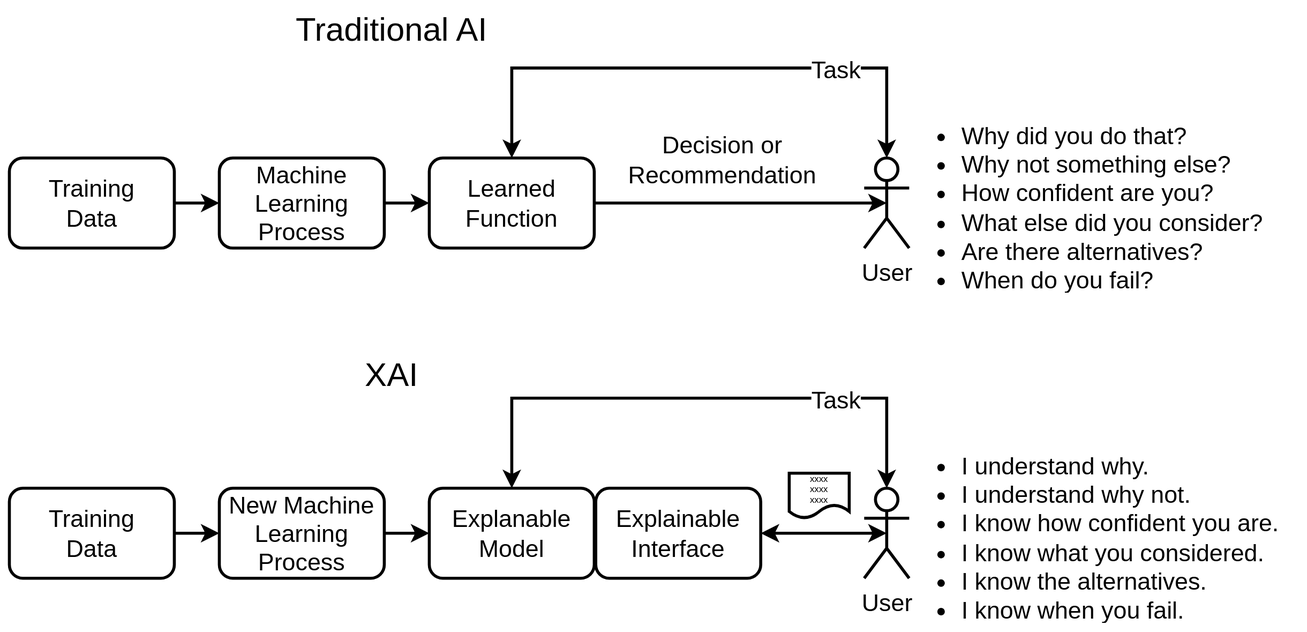
Earlier version of the draw.io export images/traditional_ml_xai_future.svg (paulwhitten/2025-03-27). Source tidied: cells renumbered, new cells last; positions are measured from the earlier drawing's top-left corner, leaving out a move shared by most shapes.
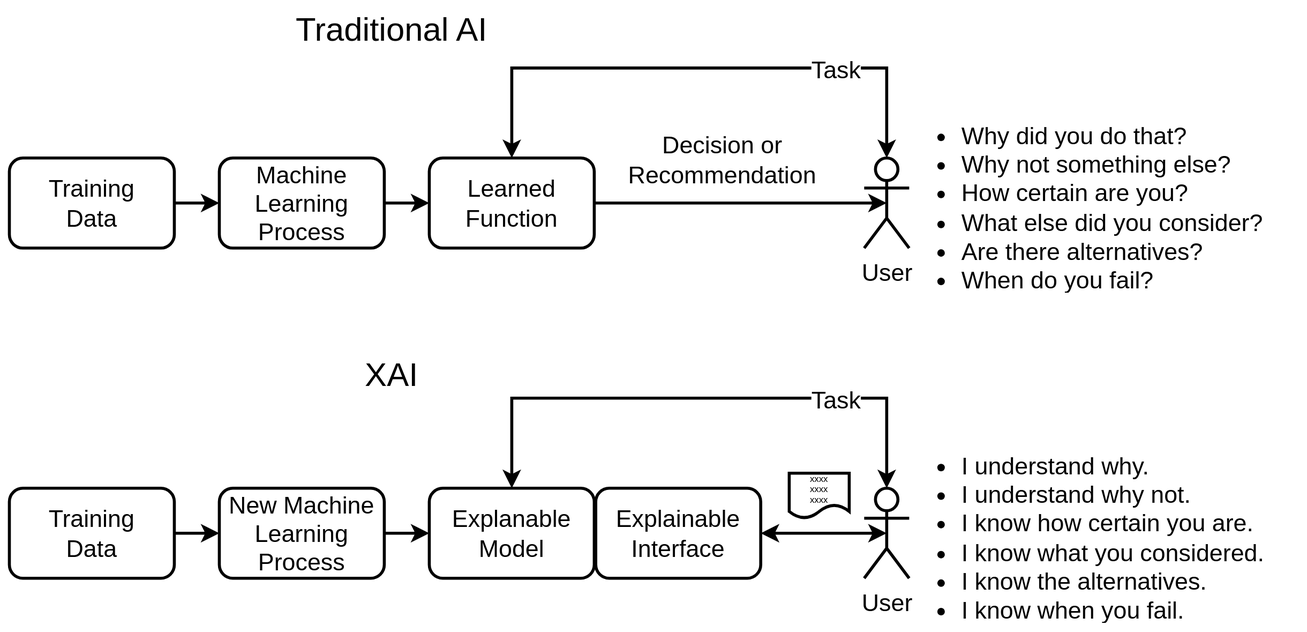
The same diagram one commit later.

Change to the diagram source:
```diff
@@ -41,7 +41,7 @@
         <mxPoint x="13" y="-32" as="offset" />
       </mxGeometry>
     </mxCell>
-    <mxCell id="12" value="&lt;ul&gt;&lt;li&gt;Why did you do that?&lt;/li&gt;&lt;li&gt;Why not something else?&lt;/li&gt;&lt;li&gt;How confident are you?&lt;/li&gt;&lt;li&gt;What else did you consider?&lt;/li&gt;&lt;li&gt;Are there alternatives?&lt;/li&gt;&lt;li&gt;When do you fail?&lt;/li&gt;&lt;/ul&gt;" style="text;html=1;strokeColor=none;fillColor=none;spacing=5;spacingTop=-20;whiteSpace=wrap;overflow=hidden;rounded=0;fontSize=16;" parent="1" vertex="1">
+    <mxCell id="12" value="&lt;ul&gt;&lt;li&gt;Why did you do that?&lt;/li&gt;&lt;li&gt;Why not something else?&lt;/li&gt;&lt;li&gt;How certain are you?&lt;/li&gt;&lt;li&gt;What else did you consider?&lt;/li&gt;&lt;li&gt;Are there alternatives?&lt;/li&gt;&lt;li&gt;When do you fail?&lt;/li&gt;&lt;/ul&gt;" style="text;html=1;strokeColor=none;fillColor=none;spacing=5;spacingTop=-20;whiteSpace=wrap;overflow=hidden;rounded=0;fontSize=16;" parent="1" vertex="1">
       <mxGeometry x="590" y="70" width="260" height="120" as="geometry" />
     </mxCell>
     <mxCell id="13" value="Explanable&lt;br&gt;Model" style="rounded=1;whiteSpace=wrap;html=1;fontSize=16;strokeWidth=2;" parent="1" vertex="1">
@@ -75,7 +75,7 @@
         <mxPoint x="49" y="-2" as="offset" />
       </mxGeometry>
     </mxCell>
-    <mxCell id="21" value="&lt;ul&gt;&lt;li&gt;I understand why.&lt;/li&gt;&lt;li&gt;I understand why not.&lt;/li&gt;&lt;li&gt;I know how confident you are.&lt;/li&gt;&lt;li&gt;I know what you considered.&lt;/li&gt;&lt;li&gt;I know the alternatives.&lt;/li&gt;&lt;li&gt;I know when you fail.&lt;/li&gt;&lt;/ul&gt;" style="text;html=1;strokeColor=none;fillColor=none;spacing=5;spacingTop=-20;whiteSpace=wrap;overflow=hidden;rounded=0;fontSize=16;" parent="1" vertex="1">
+    <mxCell id="21" value="&lt;ul&gt;&lt;li&gt;I understand why.&lt;/li&gt;&lt;li&gt;I understand why not.&lt;/li&gt;&lt;li&gt;I know how certain you are.&lt;/li&gt;&lt;li&gt;I know what you considered.&lt;/li&gt;&lt;li&gt;I know the alternatives.&lt;/li&gt;&lt;li&gt;I know when you fail.&lt;/li&gt;&lt;/ul&gt;" style="text;html=1;strokeColor=none;fillColor=none;spacing=5;spacingTop=-20;whiteSpace=wrap;overflow=hidden;rounded=0;fontSize=16;" parent="1" vertex="1">
       <mxGeometry x="590" y="290" width="270" height="120" as="geometry" />
     </mxCell>
     <mxCell id="22" value="Explainable&lt;br&gt;Interface" style="rounded=1;whiteSpace=wrap;html=1;fontSize=16;strokeWidth=2;" parent="1" vertex="1">
```
